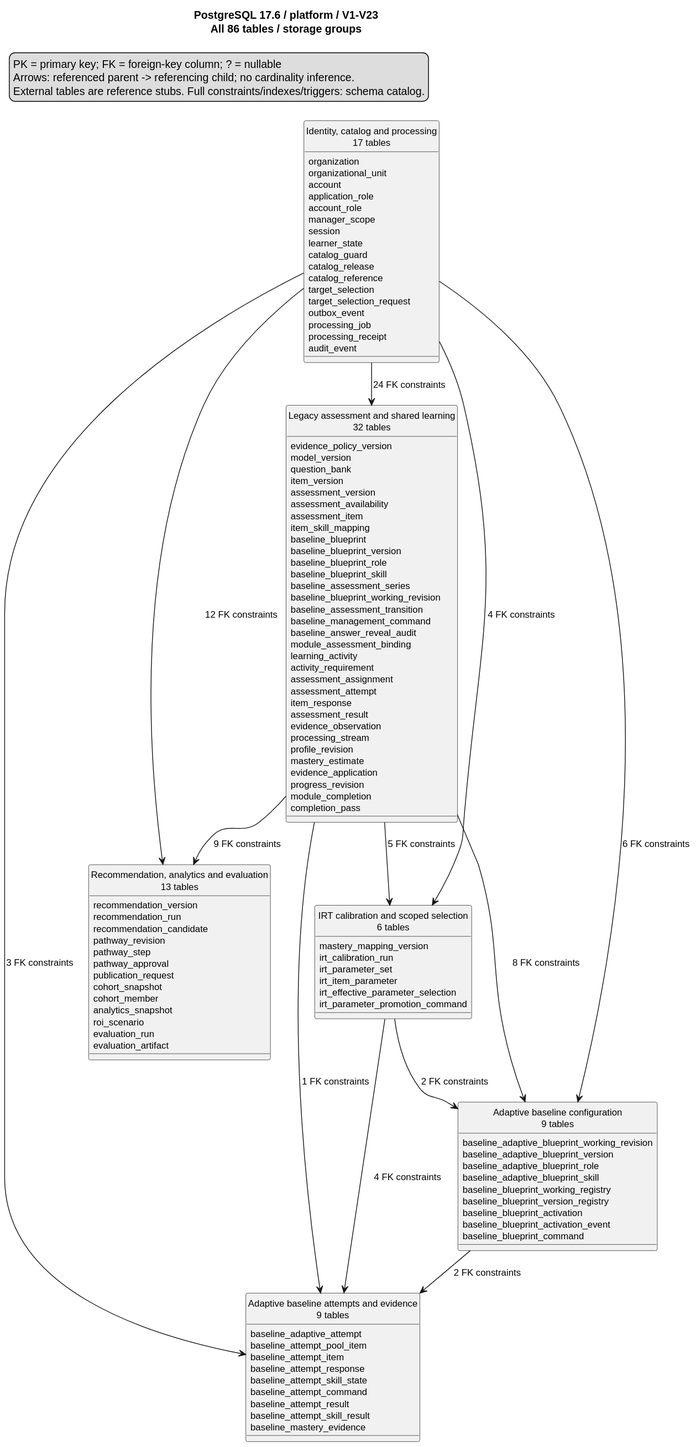
SEP490-Fall-2026-GFA26SE64/SEP490 keeps this PlantUML diagram as documents/diagrams/postgresql-overview.svg. Above is the earlier version. Its diagram source:
```plantuml
@startuml
!pragma layout smetana
top to bottom direction
skinparam shadowing false
hide circle
skinparam classAttributeIconSize 0
skinparam defaultFontName SansSerif
skinparam defaultFontSize 12
title PostgreSQL 17.6 / platform / V1-V23\nAll 86 tables / storage groups
legend top left
PK = primary key; FK = foreign-key column; ? = nullable
Arrows: referenced parent -> referencing child; no cardinality inference.
External tables are reference stubs. Full constraints/indexes/triggers: schema catalog.
endlegend
class "Identity, catalog and processing\n17 tables" as postgresql {
  organization
  organizational_unit
  account
  application_role
  account_role
  manager_scope
  session
  learner_state
  catalog_guard
  catalog_release
  catalog_reference
  target_selection
  target_selection_request
  outbox_event
  processing_job
  processing_receipt
  audit_event
}
class "Legacy assessment and shared learning\n32 tables" as postgresql_assessment {
  evidence_policy_version
  model_version
  question_bank
  item_version
  assessment_version
  assessment_availability
  assessment_item
  item_skill_mapping
  baseline_blueprint
  baseline_blueprint_version
  baseline_blueprint_role
  baseline_blueprint_skill
  baseline_assessment_series
  baseline_blueprint_working_revision
  baseline_assessment_transition
  baseline_management_command
  baseline_answer_reveal_audit
  module_assessment_binding
  learning_activity
  activity_requirement
  assessment_assignment
  assessment_attempt
  item_response
  assessment_result
  evidence_observation
  processing_stream
  profile_revision
  mastery_estimate
  evidence_application
  progress_revision
  module_completion
  completion_pass
}
class "Recommendation, analytics and evaluation\n13 tables" as postgresql_pathway {
  recommendation_version
  recommendation_run
  recommendation_candidate
  pathway_revision
  pathway_step
  pathway_approval
  publication_request
  cohort_snapshot
  cohort_member
  analytics_snapshot
  roi_scenario
  evaluation_run
  evaluation_artifact
}
class "Adaptive baseline configuration\n9 tables" as postgresql_adaptive_blueprint {
  baseline_adaptive_blueprint_working_revision
  baseline_adaptive_blueprint_version
  baseline_adaptive_blueprint_role
  baseline_adaptive_blueprint_skill
  baseline_blueprint_working_registry
  baseline_blueprint_version_registry
  baseline_blueprint_activation
  baseline_blueprint_activation_event
  baseline_blueprint_command
}
class "Adaptive baseline attempts and evidence\n9 tables" as postgresql_adaptive_attempt {
  baseline_adaptive_attempt
  baseline_attempt_pool_item
  baseline_attempt_item
  baseline_attempt_response
  baseline_attempt_skill_state
  baseline_attempt_command
  baseline_attempt_result
  baseline_attempt_skill_result
  baseline_mastery_evidence
}
class "IRT calibration and scoped selection\n6 tables" as postgresql_irt {
  mastery_mapping_version
  irt_calibration_run
  irt_parameter_set
  irt_item_parameter
  irt_effective_parameter_selection
  irt_parameter_promotion_command
}
postgresql --> postgresql_adaptive_attempt : 3 FK constraints
postgresql --> postgresql_adaptive_blueprint : 6 FK constraints
postgresql --> postgresql_assessment : 24 FK constraints
postgresql --> postgresql_irt : 4 FK constraints
postgresql --> postgresql_pathway : 12 FK constraints
postgresql_adaptive_blueprint --> postgresql_adaptive_attempt : 2 FK constraints
postgresql_assessment --> postgresql_adaptive_attempt : 1 FK constraints
postgresql_assessment --> postgresql_adaptive_blueprint : 8 FK constraints
postgresql_assessment --> postgresql_irt : 5 FK constraints
postgresql_assessment --> postgresql_pathway : 9 FK constraints
postgresql_irt --> postgresql_adaptive_attempt : 4 FK constraints
postgresql_irt --> postgresql_adaptive_blueprint : 2 FK constraints
@enduml
```
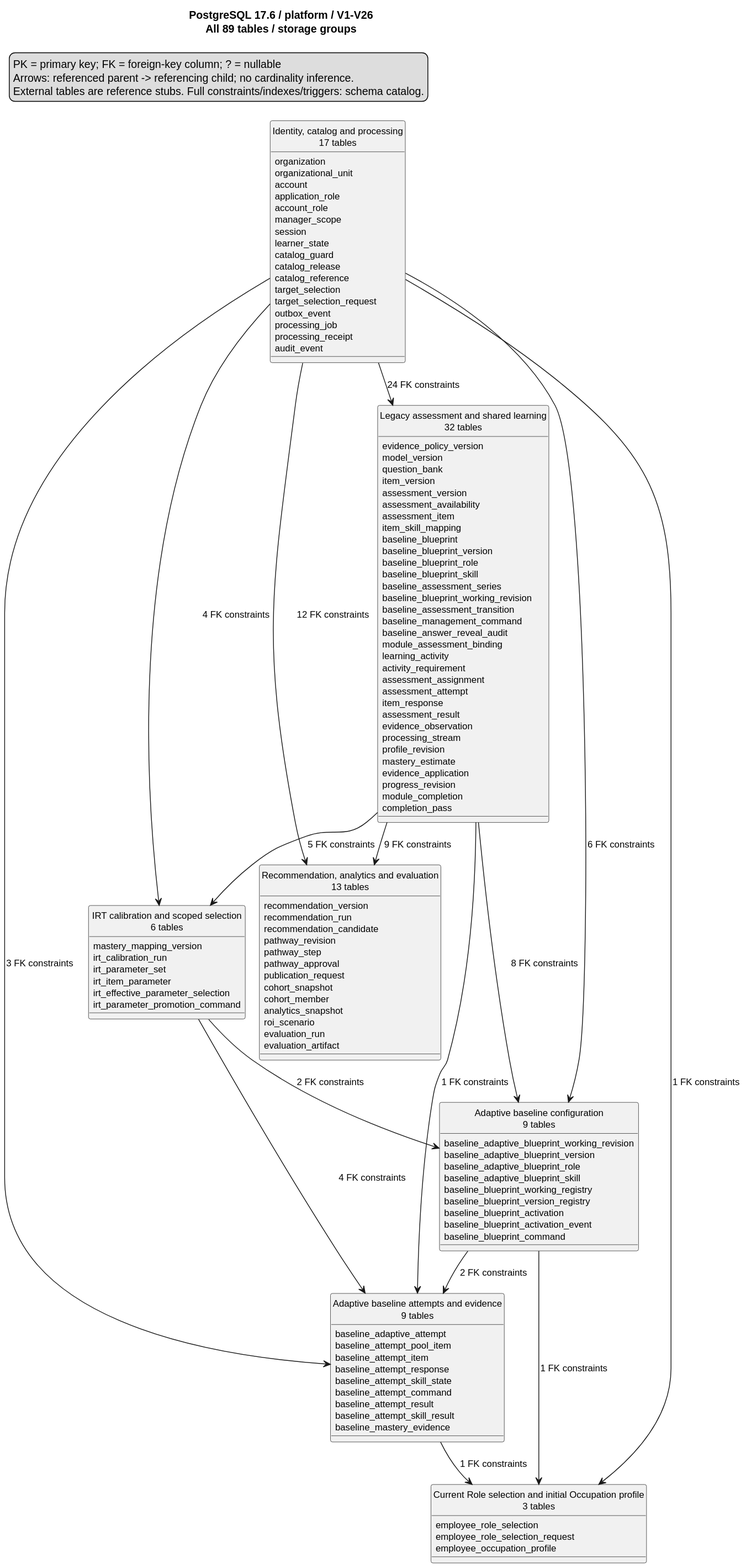
Above is the later version.

Change to the diagram source:
```diff
@@ -6,7 +6,7 @@
 skinparam classAttributeIconSize 0
 skinparam defaultFontName SansSerif
 skinparam defaultFontSize 12
-title PostgreSQL 17.6 / platform / V1-V23\nAll 86 tables / storage groups
+title PostgreSQL 17.6 / platform / V1-V26\nAll 89 tables / storage groups
 legend top left
 PK = primary key; FK = foreign-key column; ? = nullable
 Arrows: referenced parent -> referencing child; no cardinality inference.
@@ -110,12 +110,20 @@
   irt_effective_parameter_selection
   irt_parameter_promotion_command
 }
+class "Current Role selection and initial Occupation profile\n3 tables" as postgresql_role_profile {
+  employee_role_selection
+  employee_role_selection_request
+  employee_occupation_profile
+}
 postgresql --> postgresql_adaptive_attempt : 3 FK constraints
 postgresql --> postgresql_adaptive_blueprint : 6 FK constraints
 postgresql --> postgresql_assessment : 24 FK constraints
 postgresql --> postgresql_irt : 4 FK constraints
 postgresql --> postgresql_pathway : 12 FK constraints
+postgresql --> postgresql_role_profile : 1 FK constraints
+postgresql_adaptive_attempt --> postgresql_role_profile : 1 FK constraints
 postgresql_adaptive_blueprint --> postgresql_adaptive_attempt : 2 FK constraints
+postgresql_adaptive_blueprint --> postgresql_role_profile : 1 FK constraints
 postgresql_assessment --> postgresql_adaptive_attempt : 1 FK constraints
 postgresql_assessment --> postgresql_adaptive_blueprint : 8 FK constraints
 postgresql_assessment --> postgresql_irt : 5 FK constraints
```
